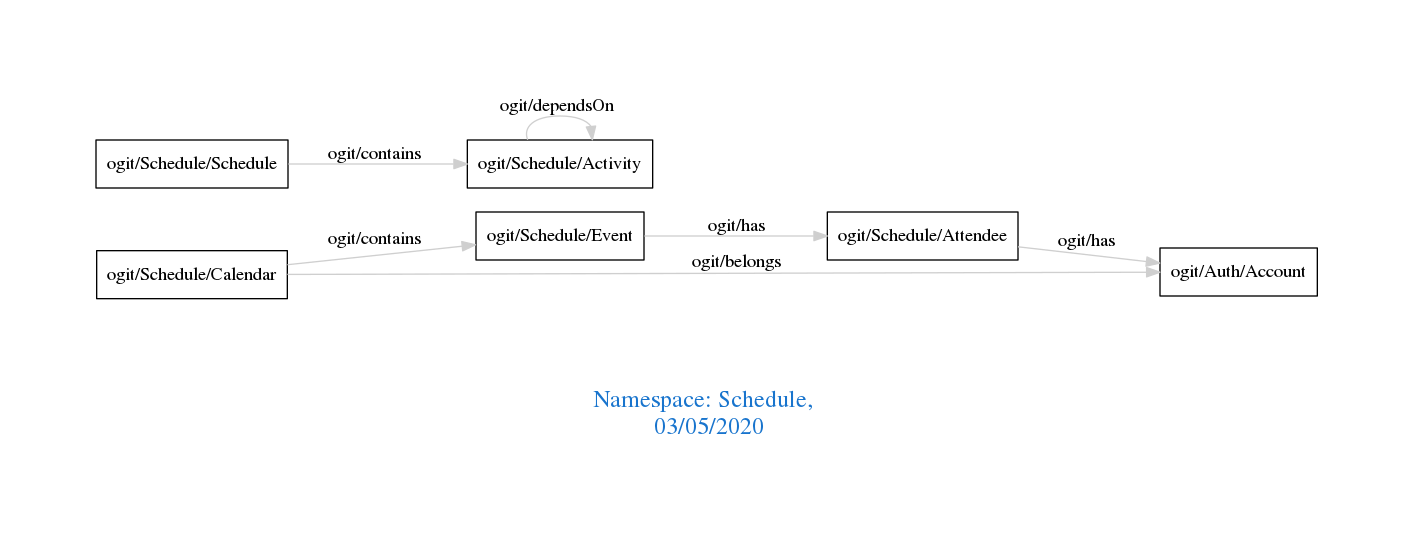
This is downloads/Schedule.png from arago/OGIT, a Graphviz export, as it was before one commit. Its source is kept beside it as downloads/Schedule.dot.
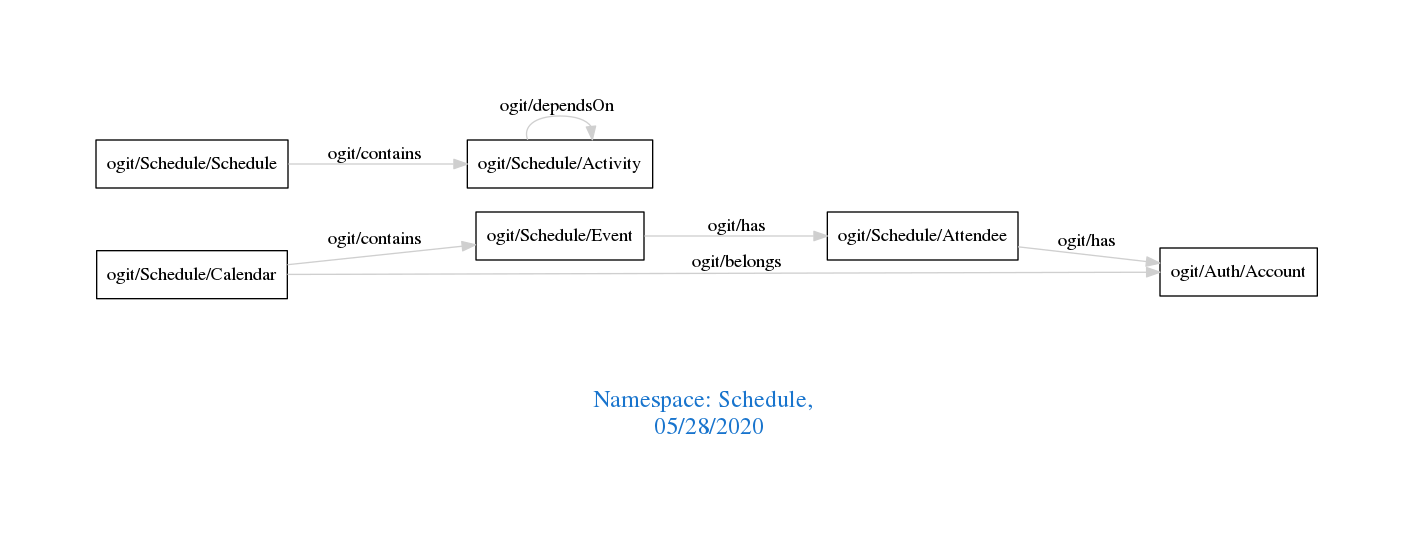
After the commit.

What changed in the source:
```diff
@@ -1,7 +1,7 @@
 digraph OGIT_ontology {
  graph [ rankdir= LR,pad=1
 fontsize = 18,
-fontcolor= dodgerblue3,label = "\n\n\nNamespace: Schedule, \n 03/05/2020"];
+fontcolor= dodgerblue3,label = "\n\n\nNamespace: Schedule, \n 05/28/2020"];
 node[shape=polygon];
 edge [  color="gray81"];
 
```
